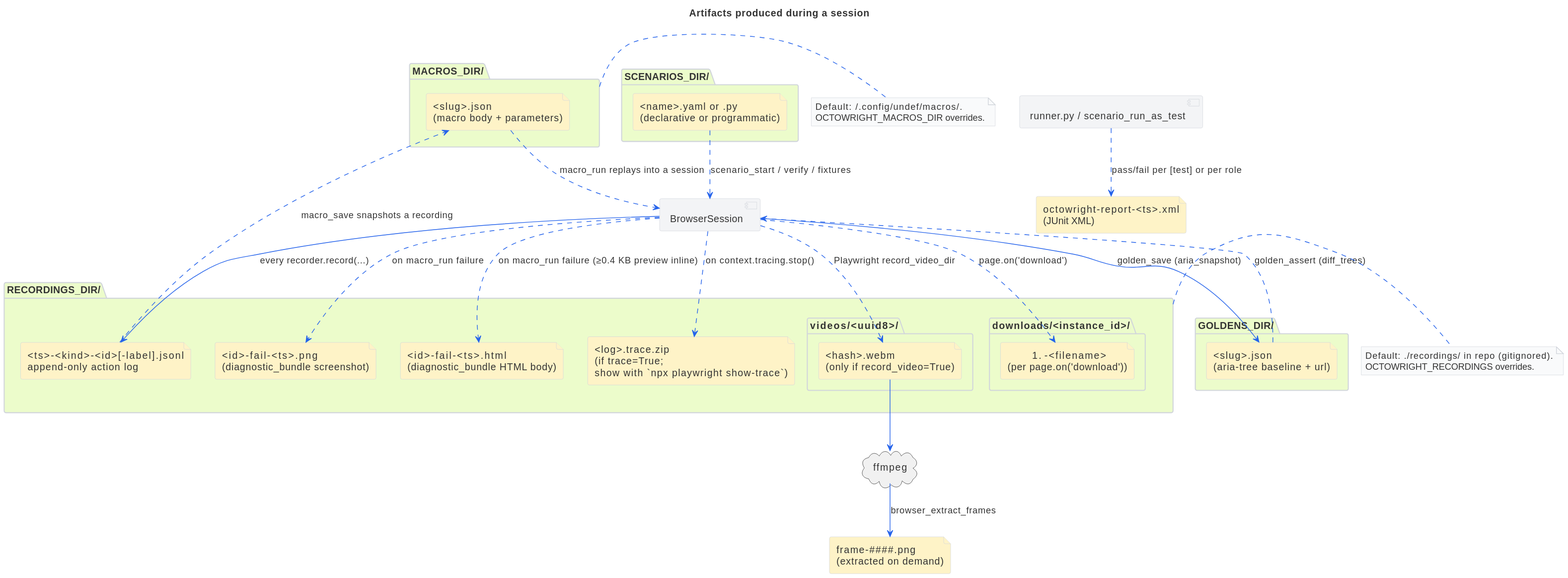
This is docs/architecture/artifact-flow.svg from livingstaccato/octowright, a PlantUML export, as it was before one commit. Its source is kept beside it as docs/architecture/artifact-flow.puml. Its diagram source:
```plantuml
@startuml artifact-flow
title Artifacts produced during a session

skinparam backgroundColor #ffffff
skinparam defaultFontColor #333333
skinparam componentBorderColor #d1d5db
skinparam componentBackgroundColor #f3f4f6
skinparam folderBackgroundColor #ecfccb
skinparam folderBorderColor #d1d5db
skinparam fileBackgroundColor #fef3c7
skinparam fileBorderColor #d1d5db
skinparam arrowColor #2563eb
skinparam noteBackgroundColor #f9fafb
skinparam noteBorderColor #d1d5db

[BrowserSession] as SESSION

folder "RECORDINGS_DIR/" as REC {
  file "<ts>-<kind>-<id>[-label].jsonl\nappend-only action log" as JSONL
  folder "videos/<uuid8>/" as VDIR {
    file "<hash>.webm\n(only if record_video=True)" as WEBM
  }
  folder "downloads/<instance_id>/" as DLDIR {
    file "###-<filename>\n(per page.on('download'))" as DLFILES
  }
  file "<id>-fail-<ts>.png\n(diagnostic_bundle screenshot)" as FAILPNG
  file "<id>-fail-<ts>.html\n(diagnostic_bundle HTML body)" as FAILHTML
  file "<log>.trace.zip\n(if trace=True;\nshow with `npx playwright show-trace`)" as TRACEZIP
}

folder "MACROS_DIR/" as MAC {
  file "<slug>.json\n(macro body + parameters)" as MACFILE
}

folder "GOLDENS_DIR/" as GOLD {
  file "<slug>.json\n(aria-tree baseline + url)" as GOLDFILE
}

folder "SCENARIOS_DIR/" as SCN {
  file "<name>.yaml or .py\n(declarative or programmatic)" as SCNFILE
}

cloud "ffmpeg" as FFMPEG
file "frame-####.png\n(extracted on demand)" as FRAMES
file "octowright-report-<ts>.xml\n(JUnit XML)" as JUNIT

SESSION --> JSONL : every recorder.record(...)
SESSION ..> WEBM : Playwright record_video_dir
SESSION ..> DLFILES : page.on('download')
SESSION ..> FAILPNG : on macro_run failure
SESSION ..> FAILHTML : on macro_run failure (≥0.4 KB preview inline)
SESSION ..> TRACEZIP : on context.tracing.stop()

JSONL ..> MACFILE : macro_save snapshots a recording
MACFILE ..> SESSION : macro_run replays into a session

SESSION --> GOLDFILE : golden_save (aria_snapshot)
GOLDFILE ..> SESSION : golden_assert (diff_trees)

SCNFILE ..> SESSION : scenario_start / verify / fixtures

WEBM --> FFMPEG
FFMPEG --> FRAMES : browser_extract_frames

[runner.py / scenario_run_as_test] ..> JUNIT : pass/fail per [test] or per role

note right of REC
  Default: ./recordings/ in repo (gitignored).
  OCTOWRIGHT_RECORDINGS overrides.
end note

note right of MAC
  Default: ~/.config/undef/macros/.
  OCTOWRIGHT_MACROS_DIR overrides.
end note

@enduml
```
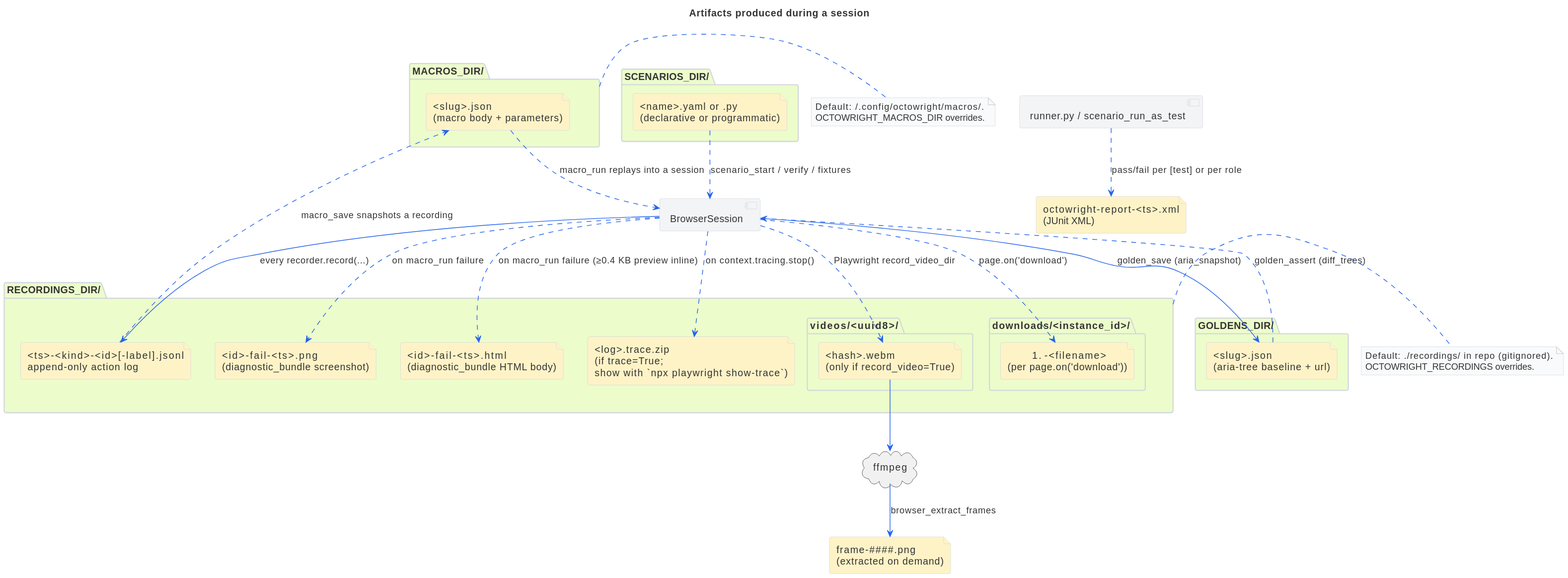
The same diagram one commit later.

Change to the diagram source:
```diff
@@ -70,7 +70,7 @@
 end note
 
 note right of MAC
-  Default: ~/.config/undef/macros/.
+  Default: ~/.config/octowright/macros/.
   OCTOWRIGHT_MACROS_DIR overrides.
 end note
 
```
